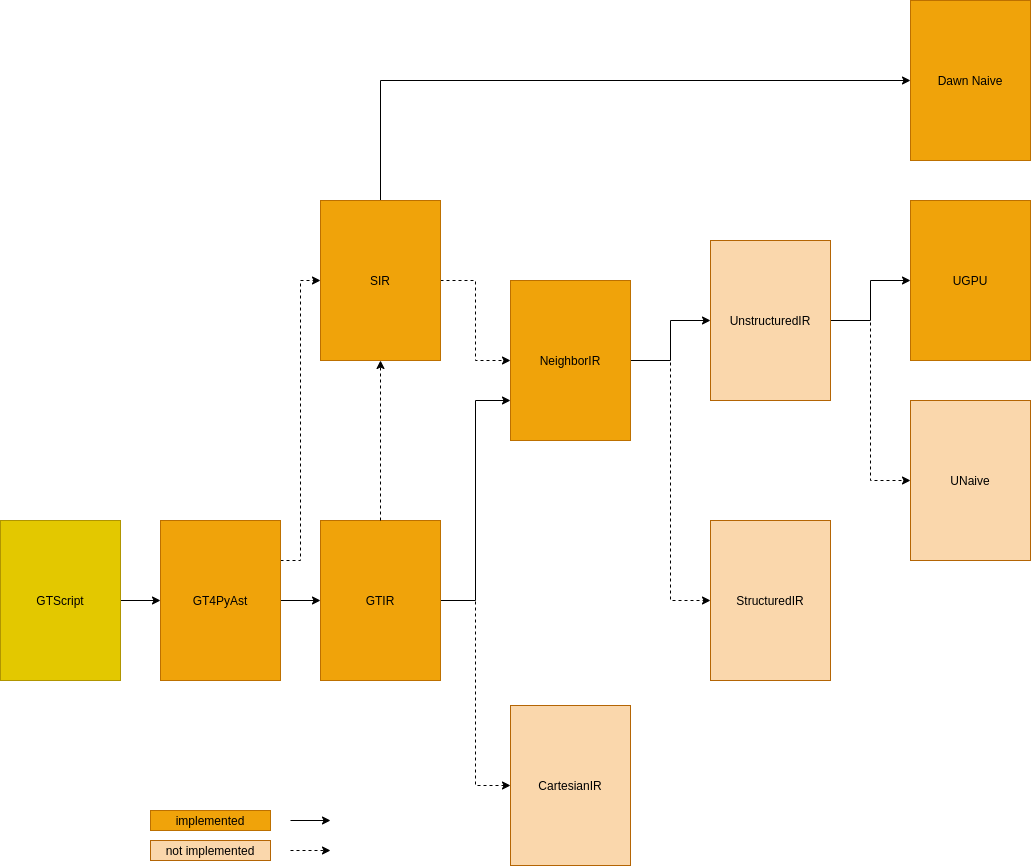
This is src/gtc/gtc_irs.drawio.png from tehrengruber/gtc, a draw.io export, as it was before one commit. Source tidied: cells renumbered, new cells last; positions are measured from the earlier drawing's top-left corner, leaving out a move shared by most shapes.
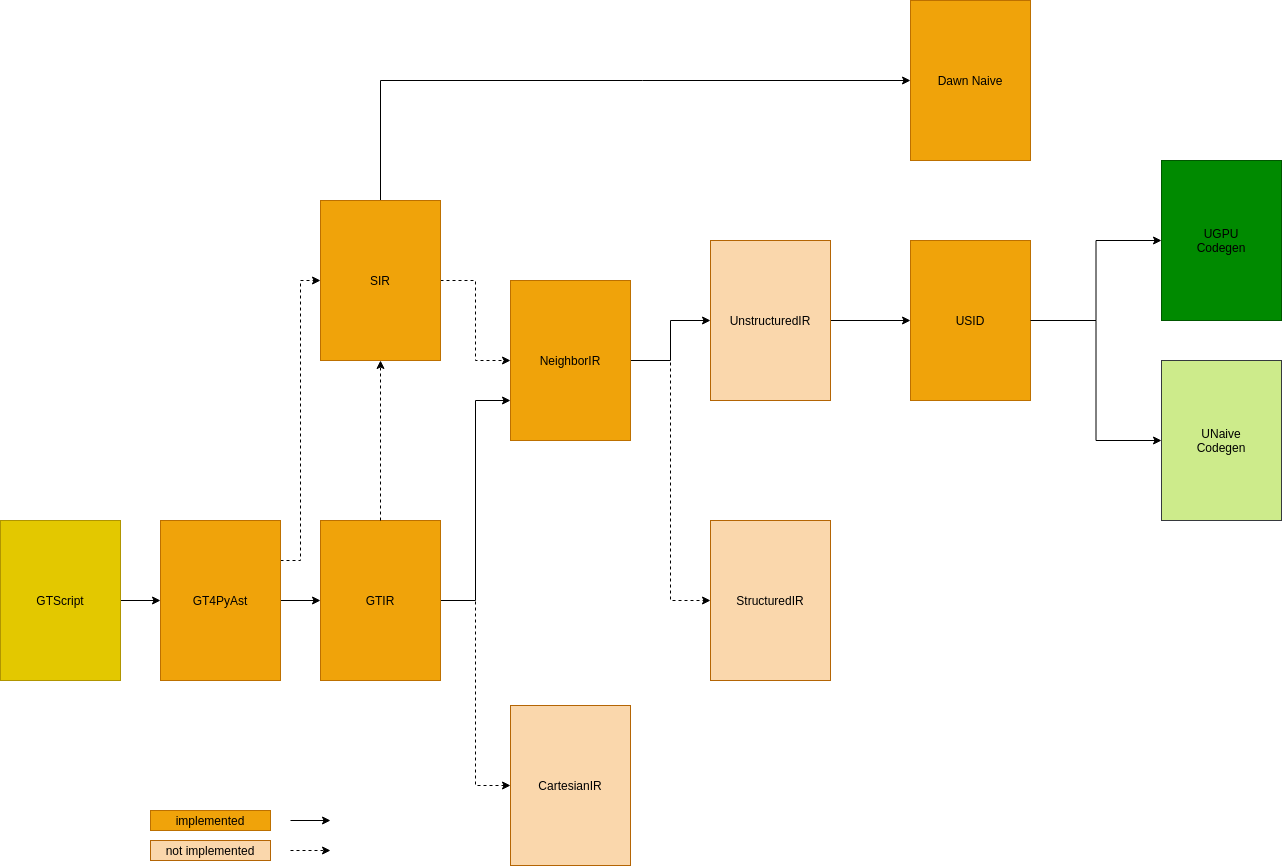
After the change.

Commit message:
USID codegen proposal

Diff of the diagram source:
```diff
@@ -20,9 +20,6 @@
     <mxCell id="7" value="&lt;font color=&quot;#000000&quot;&gt;CartesianIR&lt;/font&gt;" style="rounded=0;whiteSpace=wrap;html=1;fontFamily=Helvetica;fontSize=12;align=center;strokeColor=#b46504;fillColor=#fad7ac;" parent="1" vertex="1">
       <mxGeometry x="510" y="705" width="120" height="160" as="geometry" />
     </mxCell>
-    <mxCell id="8" style="edgeStyle=orthogonalEdgeStyle;rounded=0;jettySize=auto;html=1;fontColor=#000000;entryX=0;entryY=0.5;entryDx=0;entryDy=0;dashed=1;" parent="1" edge="1" source="10" target="13">
-      <mxGeometry relative="1" as="geometry" />
-    </mxCell>
     <mxCell id="9" style="edgeStyle=orthogonalEdgeStyle;rounded=0;jettySize=auto;html=1;exitX=1;exitY=0.5;exitDx=0;exitDy=0;entryX=0;entryY=0.5;entryDx=0;entryDy=0;fontColor=#000000;" parent="1" edge="1" source="10" target="12">
       <mxGeometry relative="1" as="geometry" />
     </mxCell>
@@ -32,12 +29,12 @@
     <mxCell id="11" value="&lt;font color=&quot;#000000&quot;&gt;StructuredIR&lt;/font&gt;" style="rounded=0;whiteSpace=wrap;html=1;fontFamily=Helvetica;fontSize=12;align=center;strokeColor=#b46504;fillColor=#fad7ac;" parent="1" vertex="1">
       <mxGeometry x="710" y="520" width="120" height="160" as="geometry" />
     </mxCell>
+    <mxCell id="30" style="edgeStyle=orthogonalEdgeStyle;rounded=0;jettySize=auto;html=1;entryX=0;entryY=0.5;entryDx=0;entryDy=0;" parent="1" edge="1" source="12" target="32">
+      <mxGeometry relative="1" as="geometry" />
+    </mxCell>
-    <mxCell id="12" value="&lt;font color=&quot;#000000&quot;&gt;UGPU&lt;/font&gt;" style="rounded=0;whiteSpace=wrap;html=1;fontFamily=Helvetica;fontSize=12;fontColor=#ffffff;align=center;strokeColor=#BD7000;fillColor=#f0a30a;" parent="1" vertex="1">
-      <mxGeometry x="910" y="200" width="120" height="160" as="geometry" />
+    <mxCell id="12" value="&lt;font color=&quot;#000000&quot;&gt;USID&lt;/font&gt;" style="rounded=0;whiteSpace=wrap;html=1;fontFamily=Helvetica;fontSize=12;fontColor=#ffffff;align=center;strokeColor=#BD7000;fillColor=#f0a30a;" parent="1" vertex="1">
+      <mxGeometry x="910" y="240" width="120" height="160" as="geometry" />
     </mxCell>
-    <mxCell id="13" value="&lt;font color=&quot;#000000&quot;&gt;UNaive&lt;/font&gt;" style="rounded=0;whiteSpace=wrap;html=1;fontFamily=Helvetica;fontSize=12;align=center;strokeColor=#b46504;fillColor=#fad7ac;" parent="1" vertex="1">
-      <mxGeometry x="910" y="400" width="120" height="160" as="geometry" />
-    </mxCell>
     <mxCell id="14" style="edgeStyle=orthogonalEdgeStyle;rounded=0;jettySize=auto;html=1;fontColor=#000000;dashed=1;" parent="1" edge="1" source="16" target="6">
       <mxGeometry relative="1" as="geometry" />
     </mxCell>
@@ -96,5 +93,14 @@
     <mxCell id="29" value="&lt;font color=&quot;#000000&quot;&gt;Dawn Naive&lt;br&gt;&lt;/font&gt;" style="rounded=0;whiteSpace=wrap;html=1;fontFamily=Helvetica;fontSize=12;fontColor=#ffffff;align=center;strokeColor=#BD7000;fillColor=#f0a30a;" parent="1" vertex="1">
       <mxGeometry x="910" width="120" height="160" as="geometry" />
     </mxCell>
+    <mxCell id="31" value="&lt;font color=&quot;#000000&quot;&gt;UGPU&lt;br&gt;Codegen&lt;br&gt;&lt;/font&gt;" style="rounded=0;whiteSpace=wrap;html=1;fontFamily=Helvetica;fontSize=12;fontColor=#ffffff;align=center;strokeColor=#005700;fillColor=#008a00;" parent="1" vertex="1">
+      <mxGeometry x="1161" y="160" width="120" height="160" as="geometry" />
+    </mxCell>
+    <mxCell id="32" value="&lt;font color=&quot;#000000&quot;&gt;UNaive&lt;br&gt;Codegen&lt;br&gt;&lt;/font&gt;" style="rounded=0;whiteSpace=wrap;html=1;fontFamily=Helvetica;fontSize=12;align=center;strokeColor=#36393d;fillColor=#cdeb8b;" parent="1" vertex="1">
+      <mxGeometry x="1161" y="360" width="120" height="160" as="geometry" />
+    </mxCell>
+    <mxCell id="33" style="edgeStyle=orthogonalEdgeStyle;rounded=0;jettySize=auto;html=1;entryX=0;entryY=0.5;entryDx=0;entryDy=0;exitX=1;exitY=0.5;exitDx=0;exitDy=0;" parent="1" edge="1" source="12" target="31">
+      <mxGeometry relative="1" as="geometry" />
+    </mxCell>
   </root>
 </mxGraphModel>
```
